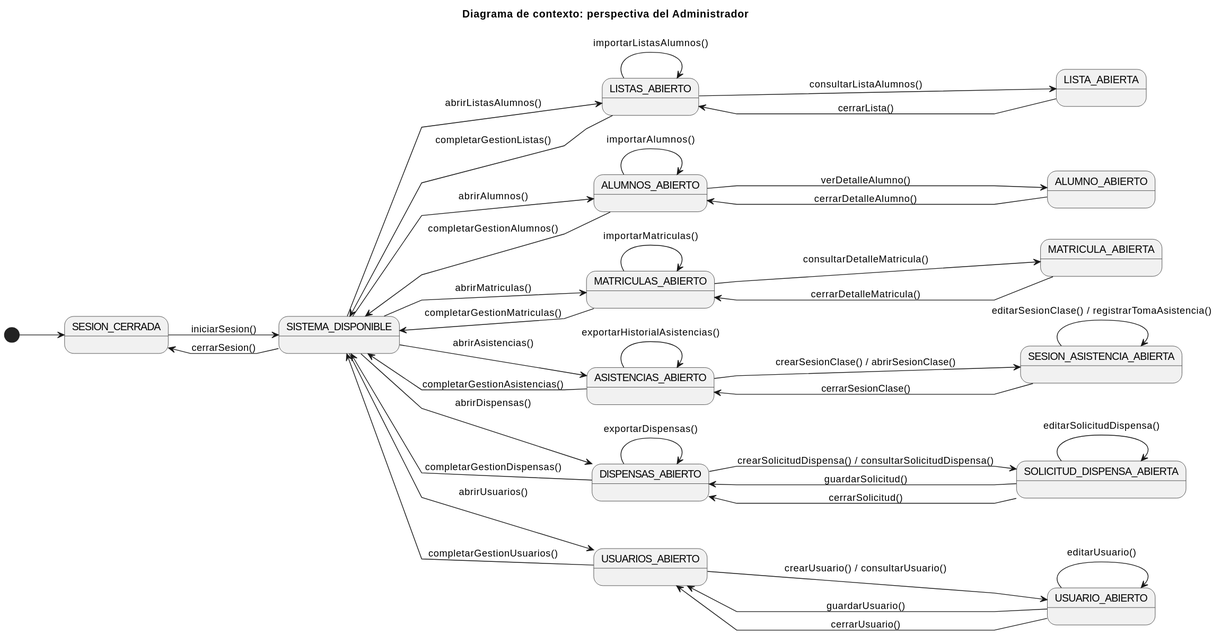
SdeCos/25-26-idsw2-sdVC keeps this PlantUML diagram as RUP/00-requisitos/CasosDeUso/DiagramaDeContexto/DiagramaDeContexto.svg. Above is the earlier version. Source of this version:
```plantuml
@startuml
title Diagrama de contexto: perspectiva del Administrador
left to right direction
skinparam linetype polyline

[*] --> SESION_CERRADA

SESION_CERRADA --> SISTEMA_DISPONIBLE : iniciarSesion()
SISTEMA_DISPONIBLE --> SESION_CERRADA : cerrarSesion()

SISTEMA_DISPONIBLE --> LISTAS_ABIERTO : abrirListasAlumnos()
LISTAS_ABIERTO --> SISTEMA_DISPONIBLE : completarGestionListas()

LISTAS_ABIERTO --> LISTAS_ABIERTO : importarListasAlumnos()

LISTAS_ABIERTO --> LISTA_ABIERTA : consultarListaAlumnos()
LISTA_ABIERTA --> LISTAS_ABIERTO : cerrarLista()

SISTEMA_DISPONIBLE --> ALUMNOS_ABIERTO : abrirAlumnos()
ALUMNOS_ABIERTO --> SISTEMA_DISPONIBLE : completarGestionAlumnos()

ALUMNOS_ABIERTO --> ALUMNOS_ABIERTO : importarAlumnos()
ALUMNOS_ABIERTO --> ALUMNO_ABIERTO : verDetalleAlumno()

ALUMNO_ABIERTO --> ALUMNOS_ABIERTO : cerrarDetalleAlumno()

SISTEMA_DISPONIBLE --> MATRICULAS_ABIERTO : abrirMatriculas()
MATRICULAS_ABIERTO --> SISTEMA_DISPONIBLE : completarGestionMatriculas()

MATRICULAS_ABIERTO --> MATRICULAS_ABIERTO : importarMatriculas()
MATRICULAS_ABIERTO --> MATRICULA_ABIERTA : consultarDetalleMatricula()

MATRICULA_ABIERTA --> MATRICULAS_ABIERTO : cerrarDetalleMatricula()

SISTEMA_DISPONIBLE --> ASISTENCIAS_ABIERTO : abrirAsistencias()
ASISTENCIAS_ABIERTO --> SISTEMA_DISPONIBLE : completarGestionAsistencias()

ASISTENCIAS_ABIERTO --> ASISTENCIAS_ABIERTO        : exportarHistorialAsistencias()
ASISTENCIAS_ABIERTO --> SESION_ASISTENCIA_ABIERTA : crearSesionClase() / abrirSesionClase()

SESION_ASISTENCIA_ABIERTA --> SESION_ASISTENCIA_ABIERTA : editarSesionClase() / registrarTomaAsistencia()
SESION_ASISTENCIA_ABIERTA --> ASISTENCIAS_ABIERTO      : cerrarSesionClase()

SISTEMA_DISPONIBLE --> DISPENSAS_ABIERTO : abrirDispensas()
DISPENSAS_ABIERTO --> SISTEMA_DISPONIBLE : completarGestionDispensas()

DISPENSAS_ABIERTO --> SOLICITUD_DISPENSA_ABIERTA : crearSolicitudDispensa() / consultarSolicitudDispensa()
DISPENSAS_ABIERTO --> DISPENSAS_ABIERTO         : exportarDispensas()

SOLICITUD_DISPENSA_ABIERTA --> SOLICITUD_DISPENSA_ABIERTA : editarSolicitudDispensa()
SOLICITUD_DISPENSA_ABIERTA --> DISPENSAS_ABIERTO         : guardarSolicitud()
SOLICITUD_DISPENSA_ABIERTA --> DISPENSAS_ABIERTO         : cerrarSolicitud()

SISTEMA_DISPONIBLE --> USUARIOS_ABIERTO : abrirUsuarios()
USUARIOS_ABIERTO --> SISTEMA_DISPONIBLE : completarGestionUsuarios()

USUARIOS_ABIERTO --> USUARIO_ABIERTO : crearUsuario() / consultarUsuario()

USUARIO_ABIERTO --> USUARIO_ABIERTO   : editarUsuario()
USUARIO_ABIERTO --> USUARIOS_ABIERTO  : guardarUsuario()
USUARIO_ABIERTO --> USUARIOS_ABIERTO  : cerrarUsuario()
@enduml
```
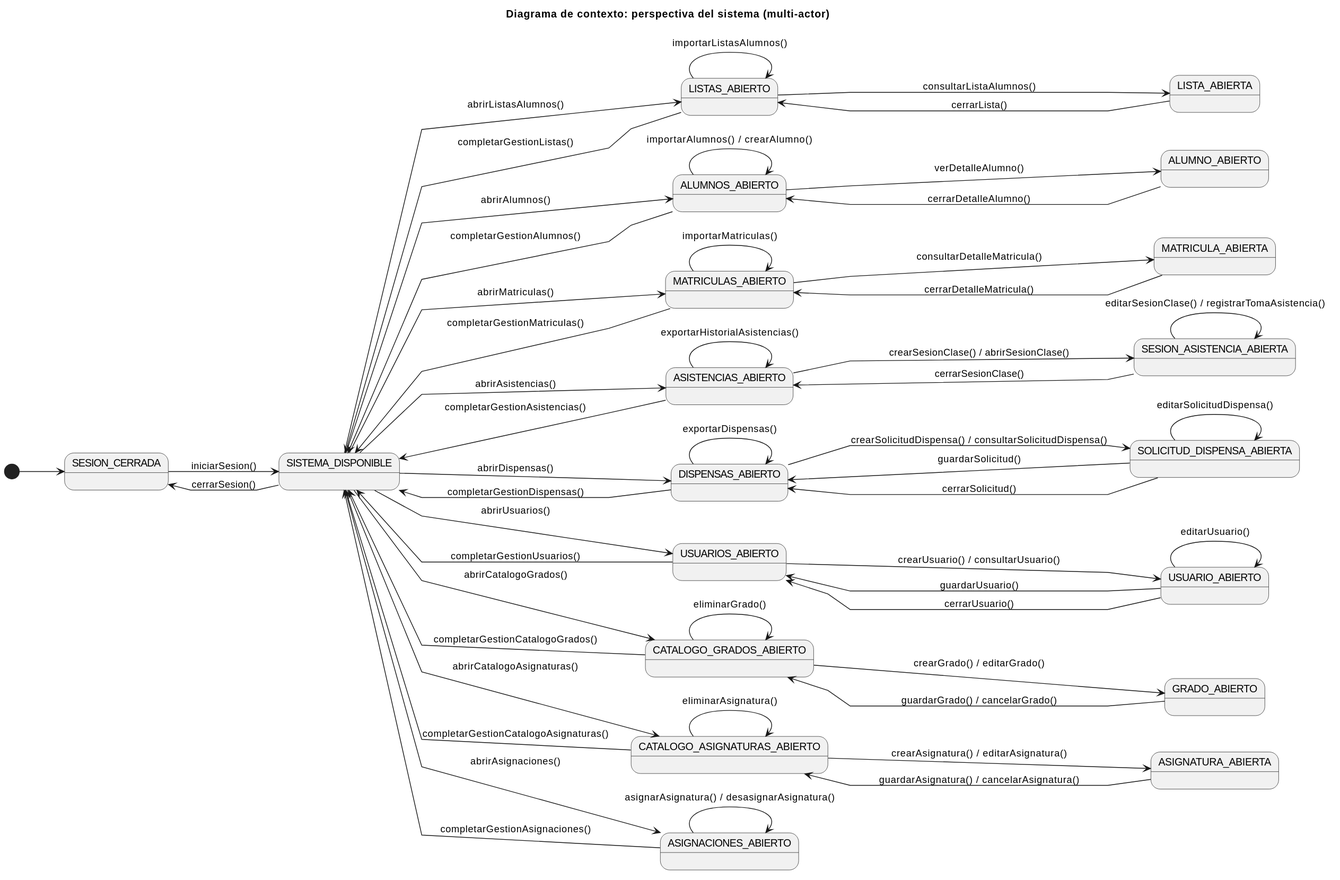
After the commit.

Change to the diagram source:
```diff
@@ -1,5 +1,5 @@
 @startuml
-title Diagrama de contexto: perspectiva del Administrador
+title Diagrama de contexto: perspectiva del sistema (multi-actor)
 left to right direction
 skinparam linetype polyline
 
@@ -19,7 +19,7 @@
 SISTEMA_DISPONIBLE --> ALUMNOS_ABIERTO : abrirAlumnos()
 ALUMNOS_ABIERTO --> SISTEMA_DISPONIBLE : completarGestionAlumnos()
 
-ALUMNOS_ABIERTO --> ALUMNOS_ABIERTO : importarAlumnos()
+ALUMNOS_ABIERTO --> ALUMNOS_ABIERTO : importarAlumnos() / crearAlumno()
 ALUMNOS_ABIERTO --> ALUMNO_ABIERTO : verDetalleAlumno()
 
 ALUMNO_ABIERTO --> ALUMNOS_ABIERTO : cerrarDetalleAlumno()
@@ -59,4 +59,23 @@
 USUARIO_ABIERTO --> USUARIO_ABIERTO   : editarUsuario()
 USUARIO_ABIERTO --> USUARIOS_ABIERTO  : guardarUsuario()
 USUARIO_ABIERTO --> USUARIOS_ABIERTO  : cerrarUsuario()
+
+SISTEMA_DISPONIBLE --> CATALOGO_GRADOS_ABIERTO : abrirCatalogoGrados()
+CATALOGO_GRADOS_ABIERTO --> SISTEMA_DISPONIBLE : completarGestionCatalogoGrados()
+
+CATALOGO_GRADOS_ABIERTO --> CATALOGO_GRADOS_ABIERTO : eliminarGrado()
+CATALOGO_GRADOS_ABIERTO --> GRADO_ABIERTO          : crearGrado() / editarGrado()
+GRADO_ABIERTO --> CATALOGO_GRADOS_ABIERTO          : guardarGrado() / cancelarGrado()
+
+SISTEMA_DISPONIBLE --> CATALOGO_ASIGNATURAS_ABIERTO : abrirCatalogoAsignaturas()
+CATALOGO_ASIGNATURAS_ABIERTO --> SISTEMA_DISPONIBLE : completarGestionCatalogoAsignaturas()
+
+CATALOGO_ASIGNATURAS_ABIERTO --> CATALOGO_ASIGNATURAS_ABIERTO : eliminarAsignatura()
+CATALOGO_ASIGNATURAS_ABIERTO --> ASIGNATURA_ABIERTA           : crearAsignatura() / editarAsignatura()
+ASIGNATURA_ABIERTA --> CATALOGO_ASIGNATURAS_ABIERTO           : guardarAsignatura() / cancelarAsignatura()
+
+SISTEMA_DISPONIBLE --> ASIGNACIONES_ABIERTO : abrirAsignaciones()
+ASIGNACIONES_ABIERTO --> SISTEMA_DISPONIBLE : completarGestionAsignaciones()
+
+ASIGNACIONES_ABIERTO --> ASIGNACIONES_ABIERTO : asignarAsignatura() / desasignarAsignatura()
 @enduml
```
